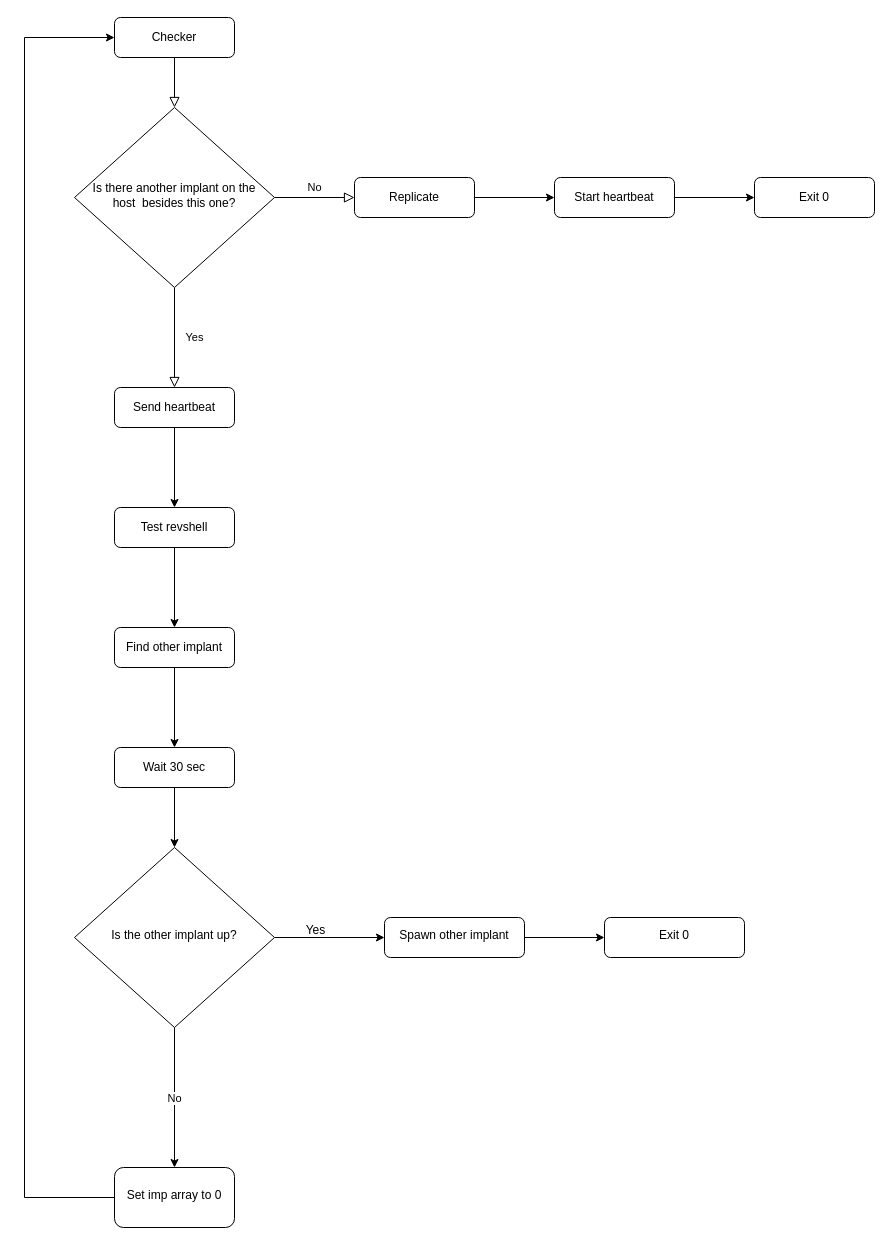
Before: page "Plan" (2 of 2) of evolvingdoor.drawio in le-jack/evolving-door, a draw.io diagram. Source tidied: cells renumbered, new cells numbered last; positions are measured from the earlier drawing's top-left corner, leaving out a move shared by most shapes. Both pictures are drawn from the tidied source at 100%, with x=0, y=0 at pixel (24, 17).
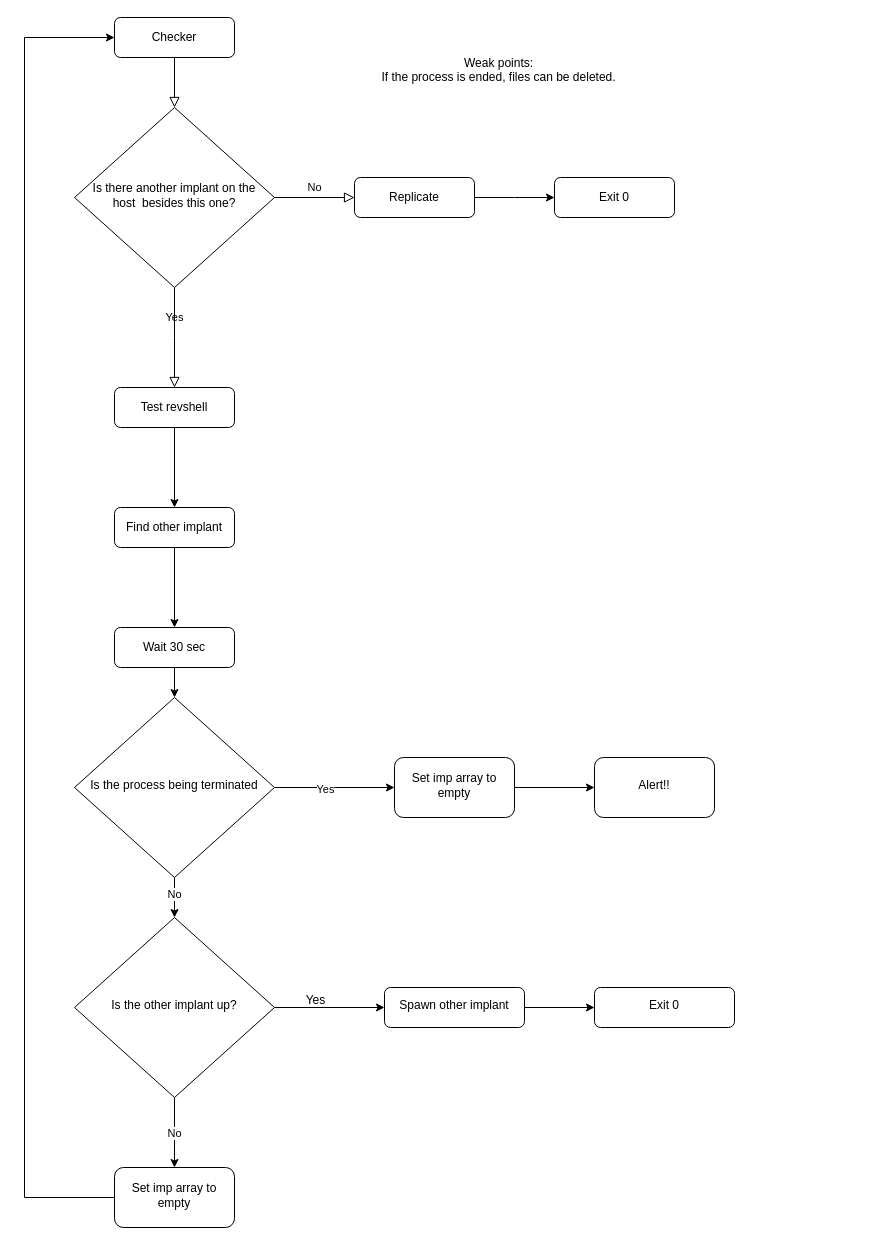
The same page after the edit.

The change refers to these unchanged cells:
```xml
<mxCell id="6" value="Is there another implant on the host&amp;nbsp; besides this one?" style="rhombus;whiteSpace=wrap;html=1;shadow=0;fontFamily=Helvetica;fontSize=12;align=center;strokeWidth=1;spacing=6;spacingTop=-4;" parent="1" vertex="1">
  <mxGeometry x="50" y="90" width="200" height="180" as="geometry" />
</mxCell>
<mxCell id="8" value="Replicate" style="rounded=1;whiteSpace=wrap;html=1;fontSize=12;glass=0;strokeWidth=1;shadow=0;" parent="1" vertex="1">
  <mxGeometry x="330" y="160" width="120" height="40" as="geometry" />
</mxCell>
```

Diff of the diagram source:
```diff
@@
-    <mxCell id="4" value="Yes" style="rounded=0;html=1;jettySize=auto;fontSize=11;endArrow=block;endFill=0;endSize=8;strokeWidth=1;shadow=0;labelBackgroundColor=none;edgeStyle=orthogonalEdgeStyle;entryX=0.5;entryY=0;entryDx=0;entryDy=0;" parent="1" edge="1" source="6" target="10">
-      <mxGeometry y="20" relative="1" as="geometry" />
+    <mxCell id="4" value="Yes" style="rounded=0;html=1;jettySize=auto;fontSize=11;endArrow=block;endFill=0;endSize=8;strokeWidth=1;shadow=0;labelBackgroundColor=none;edgeStyle=orthogonalEdgeStyle;entryX=0.5;entryY=0;entryDx=0;entryDy=0;" parent="1" edge="1" source="6">
+      <mxGeometry y="20" relative="1" as="geometry">
+        <mxPoint x="150" y="370" as="targetPoint" />
+      </mxGeometry>
     </mxCell>
@@
-    <mxCell id="7" style="edgeStyle=orthogonalEdgeStyle;rounded=0;jettySize=auto;html=1;" parent="1" edge="1" source="8" target="12">
-      <mxGeometry relative="1" as="geometry" />
+    <mxCell id="7" style="edgeStyle=orthogonalEdgeStyle;rounded=0;jettySize=auto;html=1;" parent="1" edge="1" source="8">
+      <mxGeometry relative="1" as="geometry">
+        <mxPoint x="530" y="180" as="targetPoint" />
+      </mxGeometry>
     </mxCell>
@@
-    <mxCell id="9" style="edgeStyle=orthogonalEdgeStyle;rounded=0;jettySize=auto;html=1;" parent="1" edge="1" source="10" target="15">
-      <mxGeometry relative="1" as="geometry" />
-    </mxCell>
-    <mxCell id="10" value="Send heartbeat" style="rounded=1;whiteSpace=wrap;html=1;fontSize=12;glass=0;strokeWidth=1;shadow=0;" parent="1" vertex="1">
-      <mxGeometry x="90" y="370" width="120" height="40" as="geometry" />
-    </mxCell>
-    <mxCell id="11" style="edgeStyle=orthogonalEdgeStyle;rounded=0;jettySize=auto;html=1;" parent="1" edge="1" source="12" target="13">
-      <mxGeometry relative="1" as="geometry" />
-    </mxCell>
-    <mxCell id="12" value="Start heartbeat" style="rounded=1;whiteSpace=wrap;html=1;fontSize=12;glass=0;strokeWidth=1;shadow=0;" parent="1" vertex="1">
-      <mxGeometry x="530" y="160" width="120" height="40" as="geometry" />
-    </mxCell>
     <mxCell id="13" value="Exit 0" style="rounded=1;whiteSpace=wrap;html=1;fontSize=12;glass=0;strokeWidth=1;shadow=0;" parent="1" vertex="1">
-      <mxGeometry x="730" y="160" width="120" height="40" as="geometry" />
+      <mxGeometry x="530" y="160" width="120" height="40" as="geometry" />
     </mxCell>
@@
     <mxCell id="15" value="Test revshell" style="rounded=1;whiteSpace=wrap;html=1;fontSize=12;glass=0;strokeWidth=1;shadow=0;" parent="1" vertex="1">
-      <mxGeometry x="90" y="490" width="120" height="40" as="geometry" />
+      <mxGeometry x="90" y="370" width="120" height="40" as="geometry" />
     </mxCell>
@@
     <mxCell id="17" value="Find other implant" style="rounded=1;whiteSpace=wrap;html=1;fontSize=12;glass=0;strokeWidth=1;shadow=0;" parent="1" vertex="1">
-      <mxGeometry x="90" y="610" width="120" height="40" as="geometry" />
+      <mxGeometry x="90" y="490" width="120" height="40" as="geometry" />
     </mxCell>
-    <mxCell id="18" style="edgeStyle=orthogonalEdgeStyle;rounded=0;jettySize=auto;html=1;" parent="1" edge="1" source="19" target="23">
-      <mxGeometry relative="1" as="geometry" />
-    </mxCell>
+    <mxCell id="30" style="edgeStyle=orthogonalEdgeStyle;rounded=0;jettySize=auto;html=1;" parent="1" edge="1" source="19" target="35">
+      <mxGeometry relative="1" as="geometry" />
+    </mxCell>
     <mxCell id="19" value="Wait 30 sec" style="rounded=1;whiteSpace=wrap;html=1;fontSize=12;glass=0;strokeWidth=1;shadow=0;" parent="1" vertex="1">
-      <mxGeometry x="90" y="730" width="120" height="40" as="geometry" />
+      <mxGeometry x="90" y="610" width="120" height="40" as="geometry" />
     </mxCell>
@@
     <mxCell id="23" value="Is the other implant up?" style="rhombus;whiteSpace=wrap;html=1;shadow=0;fontFamily=Helvetica;fontSize=12;align=center;strokeWidth=1;spacing=6;spacingTop=-4;" parent="1" vertex="1">
-      <mxGeometry x="50" y="830" width="200" height="180" as="geometry" />
+      <mxGeometry x="50" y="900" width="200" height="180" as="geometry" />
     </mxCell>
@@
     <mxCell id="25" value="Spawn other implant" style="rounded=1;whiteSpace=wrap;html=1;shadow=0;strokeWidth=1;spacing=6;spacingTop=-4;" parent="1" vertex="1">
-      <mxGeometry x="360" y="900" width="140" height="40" as="geometry" />
+      <mxGeometry x="360" y="970" width="140" height="40" as="geometry" />
     </mxCell>
     <mxCell id="26" value="Yes" style="text;html=1;align=center;verticalAlign=middle;strokeColor=none;fillColor=none;" parent="1" vertex="1">
-      <mxGeometry x="271" y="898" width="40" height="30" as="geometry" />
+      <mxGeometry x="271" y="968" width="40" height="30" as="geometry" />
     </mxCell>
     <mxCell id="27" value="Exit 0" style="rounded=1;whiteSpace=wrap;html=1;shadow=0;strokeWidth=1;spacing=6;spacingTop=-4;" parent="1" vertex="1">
-      <mxGeometry x="580" y="900" width="140" height="40" as="geometry" />
+      <mxGeometry x="570" y="970" width="140" height="40" as="geometry" />
     </mxCell>
-    <mxCell id="28" value="Set imp array to 0" style="rounded=1;whiteSpace=wrap;html=1;shadow=0;strokeWidth=1;spacing=6;spacingTop=-4;" parent="1" vertex="1">
+    <mxCell id="28" value="Set imp array to empty" style="rounded=1;whiteSpace=wrap;html=1;shadow=0;strokeWidth=1;spacing=6;spacingTop=-4;" parent="1" vertex="1">
       <mxGeometry x="90" y="1150" width="120" height="60" as="geometry" />
     </mxCell>
@@
+    <mxCell id="31" style="edgeStyle=orthogonalEdgeStyle;rounded=0;jettySize=auto;html=1;" parent="1" edge="1" source="35" target="23">
+      <mxGeometry relative="1" as="geometry" />
+    </mxCell>
+    <mxCell id="32" value="No" style="edgeLabel;html=1;align=center;verticalAlign=middle;" parent="31" vertex="1">
+      <mxGeometry x="-0.2" y="-1" relative="1" as="geometry" />
+    </mxCell>
+    <mxCell id="33" style="edgeStyle=orthogonalEdgeStyle;rounded=0;jettySize=auto;html=1;" parent="1" edge="1" source="35">
+      <mxGeometry relative="1" as="geometry">
+        <mxPoint x="370" y="770" as="targetPoint" />
+      </mxGeometry>
+    </mxCell>
+    <mxCell id="34" value="Yes" style="edgeLabel;html=1;align=center;verticalAlign=middle;" parent="33" vertex="1">
+      <mxGeometry x="-0.17" y="-1" relative="1" as="geometry" />
+    </mxCell>
+    <mxCell id="35" value="Is the process being terminated" style="rhombus;whiteSpace=wrap;html=1;shadow=0;fontFamily=Helvetica;fontSize=12;align=center;strokeWidth=1;spacing=6;spacingTop=-4;" parent="1" vertex="1">
+      <mxGeometry x="50" y="680" width="200" height="180" as="geometry" />
+    </mxCell>
+    <mxCell id="36" style="edgeStyle=orthogonalEdgeStyle;rounded=0;jettySize=auto;html=1;" parent="1" edge="1" source="37" target="38">
+      <mxGeometry relative="1" as="geometry" />
+    </mxCell>
+    <mxCell id="37" value="Set imp array to empty" style="rounded=1;whiteSpace=wrap;html=1;shadow=0;strokeWidth=1;spacing=6;spacingTop=-4;" parent="1" vertex="1">
+      <mxGeometry x="370" y="740" width="120" height="60" as="geometry" />
+    </mxCell>
+    <mxCell id="38" value="Alert!!" style="rounded=1;whiteSpace=wrap;html=1;shadow=0;strokeWidth=1;spacing=6;spacingTop=-4;" parent="1" vertex="1">
+      <mxGeometry x="570" y="740" width="120" height="60" as="geometry" />
+    </mxCell>
+    <mxCell id="39" value="&lt;div&gt;Weak points:&lt;/div&gt;&lt;div&gt;If the process is ended, files can be deleted.&lt;/div&gt;&lt;div&gt;&lt;br&gt;&lt;/div&gt;" style="text;html=1;align=center;verticalAlign=middle;strokeColor=none;fillColor=none;" parent="1" vertex="1">
+      <mxGeometry x="344" y="30" width="260" height="60" as="geometry" />
+    </mxCell>
```
